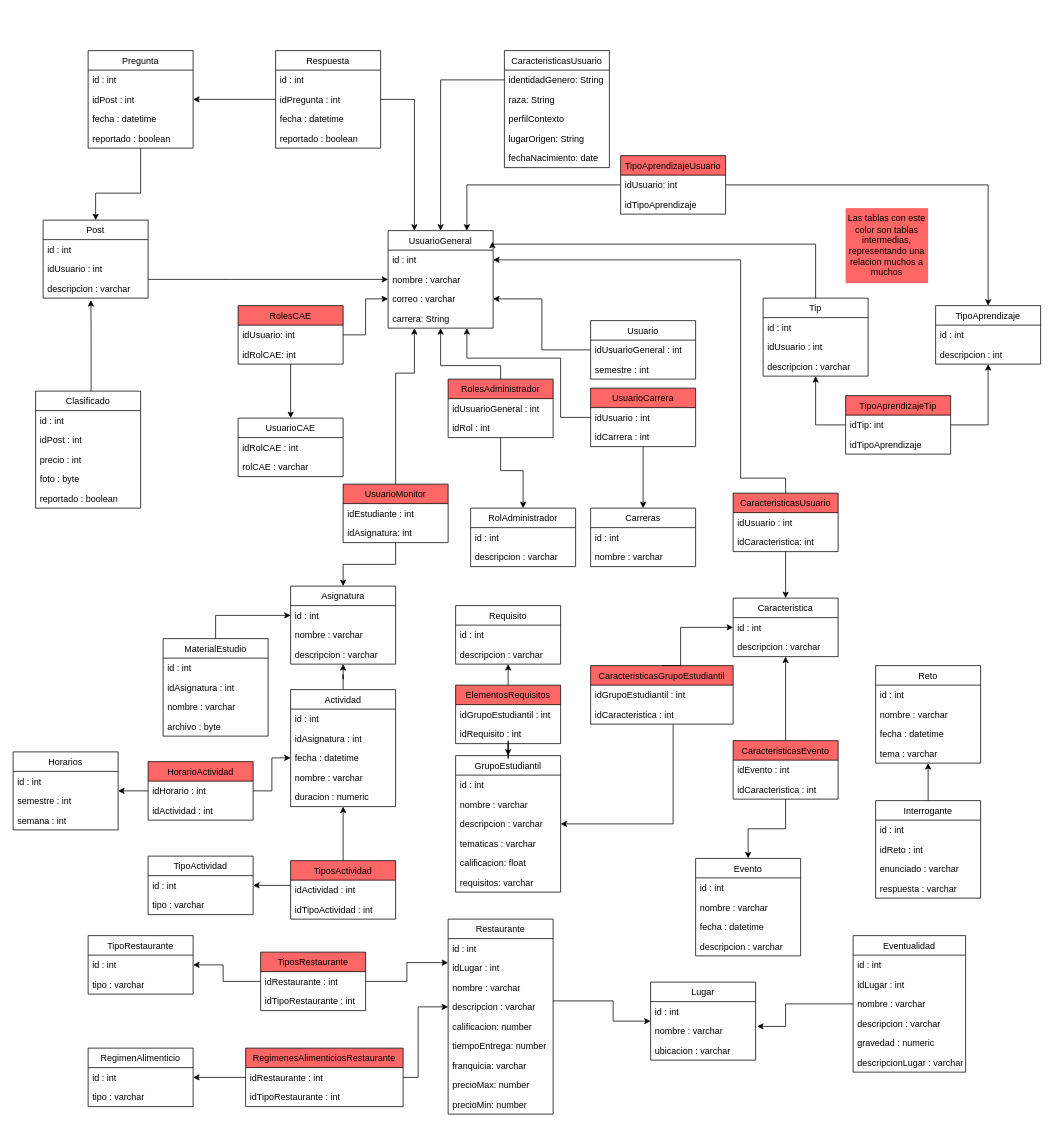
Campus-Connect-PUJ/Campus-Connect-Back keeps this draw.io diagram as diagramas/persistencia.drawio. Above is the earlier version. Source tidied: cells renumbered, new cells numbered last; positions are measured from the earlier drawing's top-left corner, leaving out a move shared by most shapes. Both pictures are drawn from the tidied source at 75%, with x=0, y=0 at pixel (13, 50).
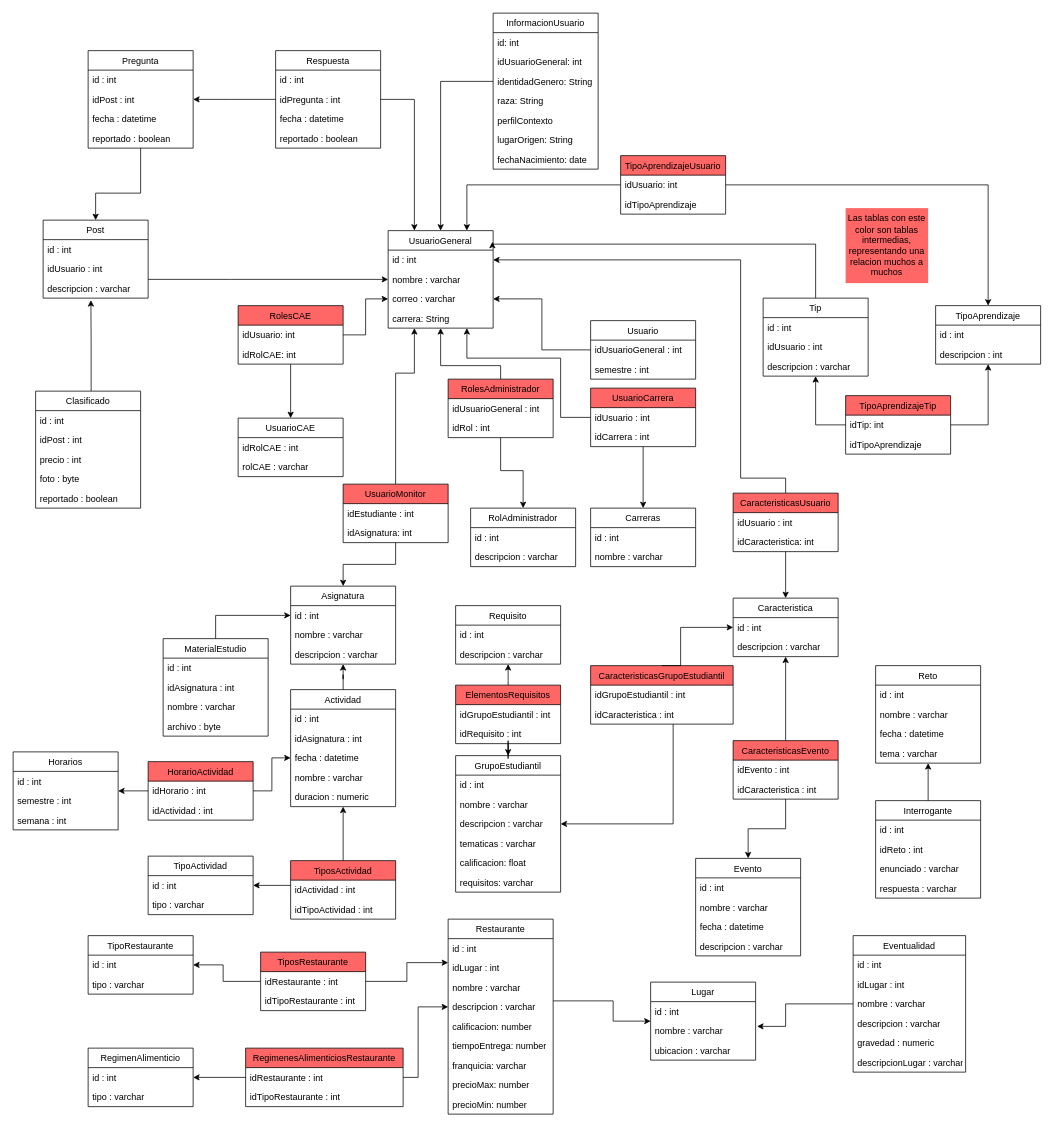
The same diagram, later.

Commit message (it also covers changes not shown here):
Cambio diagrama y script para cargar sqldump

Diff of the diagram source:
```diff
@@
-    <mxCell id="171" value="CaracteristicasUsuario" style="swimlane;fontStyle=0;horizontal=1;startSize=26;fillColor=none;" parent="1" vertex="1">
-      <mxGeometry x="655" width="140" height="156" as="geometry" />
+    <mxCell id="171" value="InformacionUsuario" style="swimlane;fontStyle=0;horizontal=1;startSize=26;fillColor=none;" parent="1" vertex="1">
+      <mxGeometry x="640" y="-50" width="140" height="208" as="geometry" />
     </mxCell>
+    <mxCell id="213" value="id: int" style="text;strokeColor=none;fillColor=none;align=left;verticalAlign=top;spacingLeft=4;spacingRight=4;overflow=hidden;" parent="171" vertex="1">
+      <mxGeometry y="26" width="140" height="26" as="geometry" />
+    </mxCell>
+    <mxCell id="214" value="idUsuarioGeneral: int" style="text;strokeColor=none;fillColor=none;align=left;verticalAlign=top;spacingLeft=4;spacingRight=4;overflow=hidden;" parent="171" vertex="1">
+      <mxGeometry y="52" width="140" height="26" as="geometry" />
+    </mxCell>
     <mxCell id="172" value="identidadGenero: String" style="text;strokeColor=none;fillColor=none;align=left;verticalAlign=top;spacingLeft=4;spacingRight=4;overflow=hidden;points=[[0,0.5],[1,0.5]];portConstraint=eastwest;" parent="171" vertex="1">
-      <mxGeometry y="26" width="140" height="26" as="geometry" />
+      <mxGeometry y="78" width="140" height="26" as="geometry" />
     </mxCell>
     <mxCell id="173" value="raza: String" style="text;strokeColor=none;fillColor=none;align=left;verticalAlign=top;spacingLeft=4;spacingRight=4;overflow=hidden;" parent="171" vertex="1">
-      <mxGeometry y="52" width="140" height="26" as="geometry" />
+      <mxGeometry y="104" width="140" height="26" as="geometry" />
     </mxCell>
     <mxCell id="174" value="perfilContexto" style="text;strokeColor=none;fillColor=none;align=left;verticalAlign=top;spacingLeft=4;spacingRight=4;overflow=hidden;" parent="171" vertex="1">
-      <mxGeometry y="78" width="140" height="26" as="geometry" />
+      <mxGeometry y="130" width="140" height="26" as="geometry" />
     </mxCell>
     <mxCell id="175" value="lugarOrigen: String" style="text;strokeColor=none;fillColor=none;align=left;verticalAlign=top;spacingLeft=4;spacingRight=4;overflow=hidden;" parent="171" vertex="1">
-      <mxGeometry y="104" width="140" height="26" as="geometry" />
+      <mxGeometry y="156" width="140" height="26" as="geometry" />
     </mxCell>
     <mxCell id="176" value="fechaNacimiento: date" style="text;strokeColor=none;fillColor=none;align=left;verticalAlign=top;spacingLeft=4;spacingRight=4;overflow=hidden;" parent="171" vertex="1">
-      <mxGeometry y="130" width="140" height="26" as="geometry" />
+      <mxGeometry y="182" width="140" height="26" as="geometry" />
     </mxCell>
```
